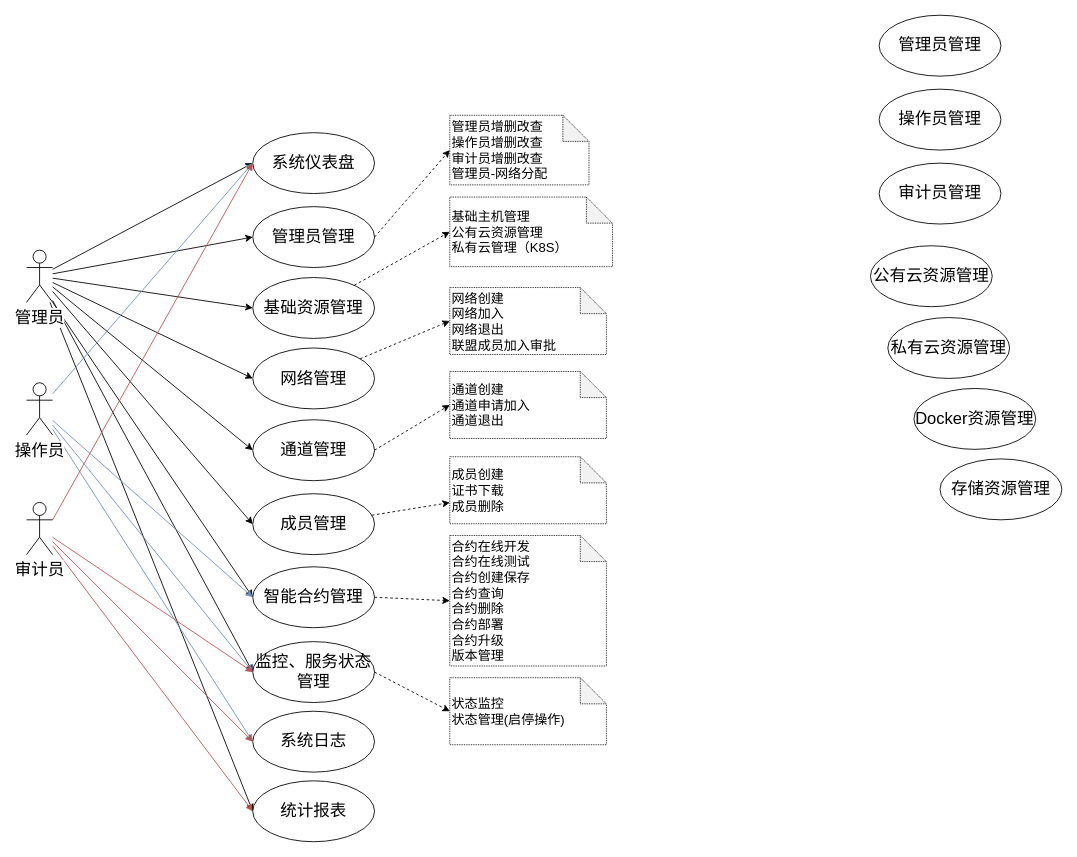
The draw.io diagram repository/drawio/postb/system use case.drawio in dilide/collections, before the edit. Source tidied: cells renumbered, new cells numbered last; positions are measured from the earlier drawing's top-left corner, leaving out a move shared by most shapes. Both pictures are drawn from the tidied source at 87%, with x=0, y=0 at pixel (26, 15).
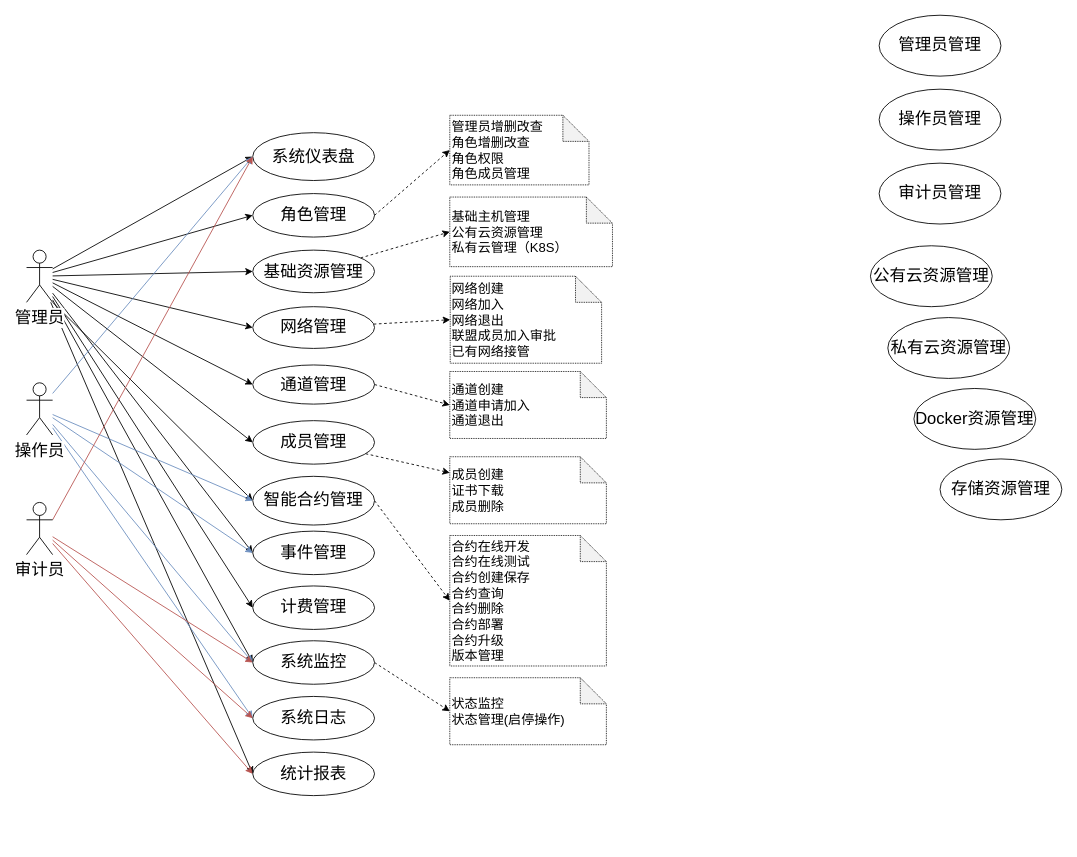
Above is the later version.

The change refers to these unchanged cells:
```xml
<mxCell id="11" value="管理员&lt;br style=&quot;font-size: 19px;&quot;&gt;" style="shape=umlActor;verticalLabelPosition=bottom;labelBackgroundColor=#ffffff;verticalAlign=top;html=1;fontSize=19;" parent="1" vertex="1">
  <mxGeometry y="270" width="30" height="60" as="geometry" />
</mxCell>
<mxCell id="33" value="操作员&lt;br style=&quot;font-size: 19px&quot;&gt;" style="shape=umlActor;verticalLabelPosition=bottom;labelBackgroundColor=#ffffff;verticalAlign=top;html=1;fontSize=19;" parent="1" vertex="1">
  <mxGeometry y="422.5" width="30" height="60" as="geometry" />
</mxCell>
```

What changed in the source:
```diff
@@
+    <mxCell id="53" style="rounded=0;jettySize=auto;html=1;entryX=0;entryY=0.5;entryDx=0;entryDy=0;" parent="1" edge="1" source="11" target="56">
+      <mxGeometry relative="1" as="geometry" />
+    </mxCell>
+    <mxCell id="54" style="edgeStyle=none;rounded=0;jettySize=auto;html=1;entryX=0;entryY=0.5;entryDx=0;entryDy=0;" parent="1" edge="1" source="11" target="57">
+      <mxGeometry relative="1" as="geometry" />
+    </mxCell>
@@
     <mxCell id="13" value="网络管理&lt;br style=&quot;font-size: 19px;&quot;&gt;" style="ellipse;whiteSpace=wrap;html=1;fontSize=19;" parent="1" vertex="1">
-      <mxGeometry x="260" y="382.5" width="140" height="70" as="geometry" />
+      <mxGeometry x="260" y="335" width="140" height="48" as="geometry" />
     </mxCell>
@@
     <mxCell id="15" value="成员管理" style="ellipse;whiteSpace=wrap;html=1;fontSize=19;" parent="1" vertex="1">
-      <mxGeometry x="260" y="550" width="140" height="70" as="geometry" />
+      <mxGeometry x="260" y="466" width="140" height="50" as="geometry" />
     </mxCell>
     <mxCell id="16" value="通道管理" style="ellipse;whiteSpace=wrap;html=1;fontSize=19;" parent="1" vertex="1">
-      <mxGeometry x="260" y="465" width="140" height="70" as="geometry" />
+      <mxGeometry x="260" y="402" width="140" height="45" as="geometry" />
     </mxCell>
-    <mxCell id="17" value="管理员管理" style="ellipse;whiteSpace=wrap;html=1;fontSize=19;" parent="1" vertex="1">
-      <mxGeometry x="260" y="220" width="140" height="70" as="geometry" />
+    <mxCell id="17" value="角色管理" style="ellipse;whiteSpace=wrap;html=1;fontSize=19;" parent="1" vertex="1">
+      <mxGeometry x="260" y="205" width="140" height="50" as="geometry" />
     </mxCell>
@@
     <mxCell id="22" value="基础资源管理&lt;br style=&quot;font-size: 19px&quot;&gt;" style="ellipse;whiteSpace=wrap;html=1;fontSize=19;" parent="1" vertex="1">
-      <mxGeometry x="260" y="301.5" width="140" height="70" as="geometry" />
+      <mxGeometry x="260" y="270" width="140" height="49" as="geometry" />
     </mxCell>
@@
     <mxCell id="24" value="智能合约管理" style="ellipse;whiteSpace=wrap;html=1;fontSize=19;" parent="1" vertex="1">
-      <mxGeometry x="260" y="634" width="140" height="70" as="geometry" />
+      <mxGeometry x="260" y="530" width="140" height="56" as="geometry" />
     </mxCell>
@@
+    <mxCell id="55" style="edgeStyle=none;rounded=0;jettySize=auto;html=1;entryX=0;entryY=0.5;entryDx=0;entryDy=0;fillColor=#dae8fc;strokeColor=#6c8ebf;" parent="1" edge="1" source="33" target="56">
+      <mxGeometry relative="1" as="geometry" />
+    </mxCell>
@@
-    <mxCell id="35" value="监控、服务状态管理" style="ellipse;whiteSpace=wrap;html=1;fontSize=19;" parent="1" vertex="1">
-      <mxGeometry x="260" y="720" width="140" height="70" as="geometry" />
+    <mxCell id="35" value="系统监控" style="ellipse;whiteSpace=wrap;html=1;fontSize=19;" parent="1" vertex="1">
+      <mxGeometry x="260" y="719" width="140" height="50" as="geometry" />
     </mxCell>
@@
     <mxCell id="37" value="系统仪表盘" style="ellipse;whiteSpace=wrap;html=1;fontSize=19;" parent="1" vertex="1">
-      <mxGeometry x="260" y="135" width="140" height="70" as="geometry" />
+      <mxGeometry x="260" y="135" width="140" height="55" as="geometry" />
     </mxCell>
     <mxCell id="38" value="系统日志" style="ellipse;whiteSpace=wrap;html=1;fontSize=19;" parent="1" vertex="1">
-      <mxGeometry x="260" y="800" width="140" height="70" as="geometry" />
+      <mxGeometry x="260" y="783" width="140" height="50" as="geometry" />
     </mxCell>
@@
     <mxCell id="44" value="统计报表" style="ellipse;whiteSpace=wrap;html=1;fontSize=19;" parent="1" vertex="1">
-      <mxGeometry x="260" y="880" width="140" height="70" as="geometry" />
+      <mxGeometry x="260" y="847" width="140" height="50" as="geometry" />
     </mxCell>
-    <mxCell id="45" value="管理员增删改查&lt;br style=&quot;font-size: 15px&quot;&gt;操作员增删改查&lt;br style=&quot;font-size: 15px&quot;&gt;审计员增删改查&lt;br&gt;管理员-网络分配&lt;br style=&quot;font-size: 15px&quot;&gt;" style="shape=note;whiteSpace=wrap;html=1;backgroundOutline=1;darkOpacity=0.05;fontSize=15;align=left;dashed=1;dashPattern=1 1;" parent="1" vertex="1">
+    <mxCell id="45" value="管理员增删改查&lt;br&gt;角色增删改查&lt;br style=&quot;font-size: 15px&quot;&gt;角色权限&lt;br&gt;角色成员管理&lt;br style=&quot;font-size: 15px&quot;&gt;" style="shape=note;whiteSpace=wrap;html=1;backgroundOutline=1;darkOpacity=0.05;fontSize=15;align=left;dashed=1;dashPattern=1 1;" parent="1" vertex="1">
       <mxGeometry x="486.5" y="115" width="160" height="80" as="geometry" />
     </mxCell>
@@
-    <mxCell id="48" value="网络创建&lt;br&gt;网络加入&lt;br&gt;网络退出&lt;br&gt;联盟成员加入审批&lt;br style=&quot;font-size: 15px&quot;&gt;" style="shape=note;whiteSpace=wrap;html=1;backgroundOutline=1;darkOpacity=0.05;fontSize=15;align=left;dashed=1;dashPattern=1 1;" parent="1" vertex="1">
-      <mxGeometry x="486.5" y="313" width="180" height="77" as="geometry" />
+    <mxCell id="48" value="网络创建&lt;br&gt;网络加入&lt;br&gt;网络退出&lt;br&gt;联盟成员加入审批&lt;br&gt;已有网络接管&lt;br style=&quot;font-size: 15px&quot;&gt;" style="shape=note;whiteSpace=wrap;html=1;backgroundOutline=1;darkOpacity=0.05;fontSize=15;align=left;dashed=1;dashPattern=1 1;" parent="1" vertex="1">
+      <mxGeometry x="487" y="300" width="174" height="100" as="geometry" />
     </mxCell>
@@
+    <mxCell id="56" value="事件管理" style="ellipse;whiteSpace=wrap;html=1;fontSize=19;" parent="1" vertex="1">
+      <mxGeometry x="260" y="593" width="140" height="50" as="geometry" />
+    </mxCell>
+    <mxCell id="57" value="计费管理" style="ellipse;whiteSpace=wrap;html=1;fontSize=19;" parent="1" vertex="1">
+      <mxGeometry x="260" y="656" width="140" height="50" as="geometry" />
+    </mxCell>
```
